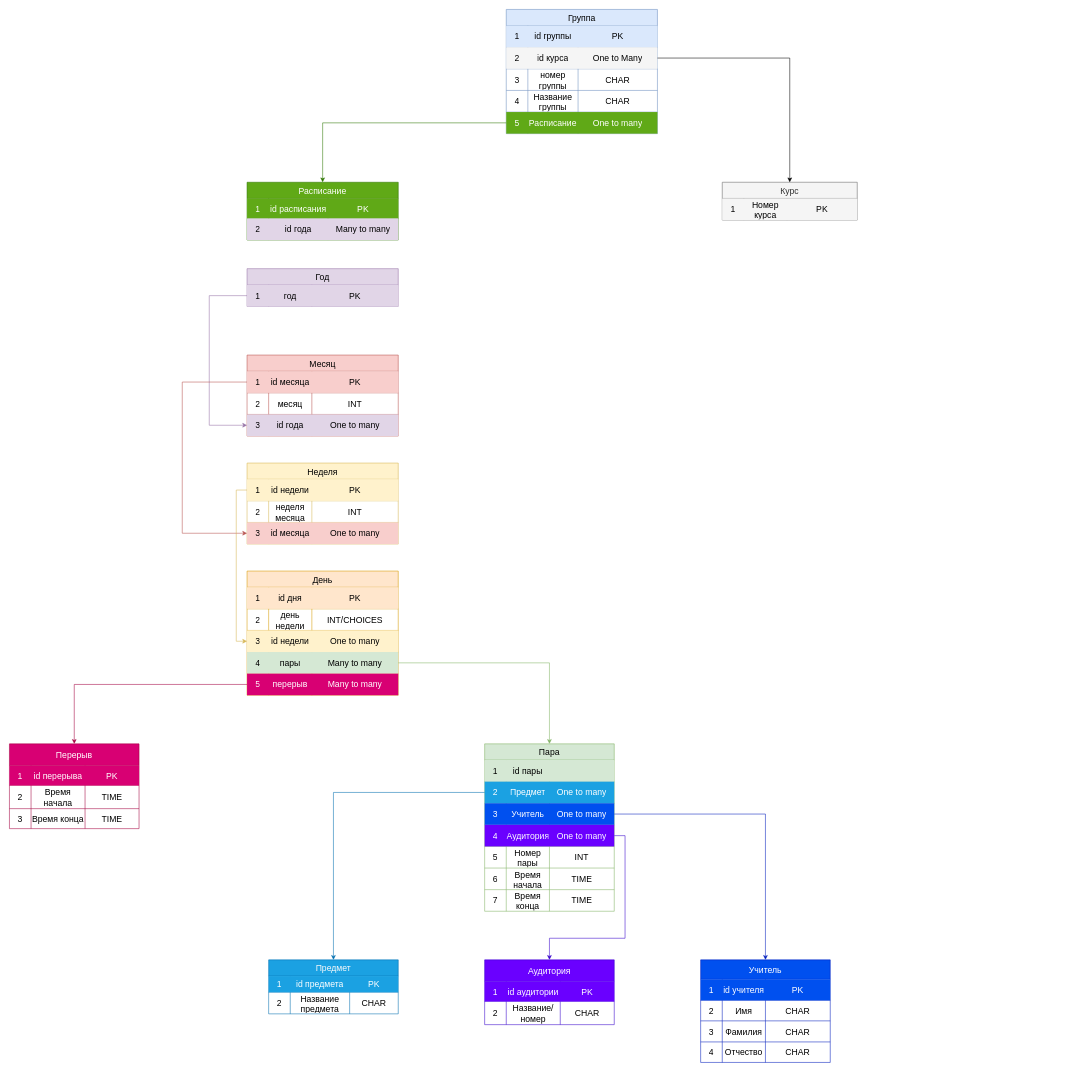
Above: Диаграмма без названия.drawio in kotorun1/metric (draw.io), before the change. Source tidied: cells renumbered, new cells numbered last; positions are measured from the earlier drawing's top-left corner, leaving out a move shared by most shapes. Both pictures are drawn from the tidied source at 54%, with x=0, y=0 at pixel (9, 9).
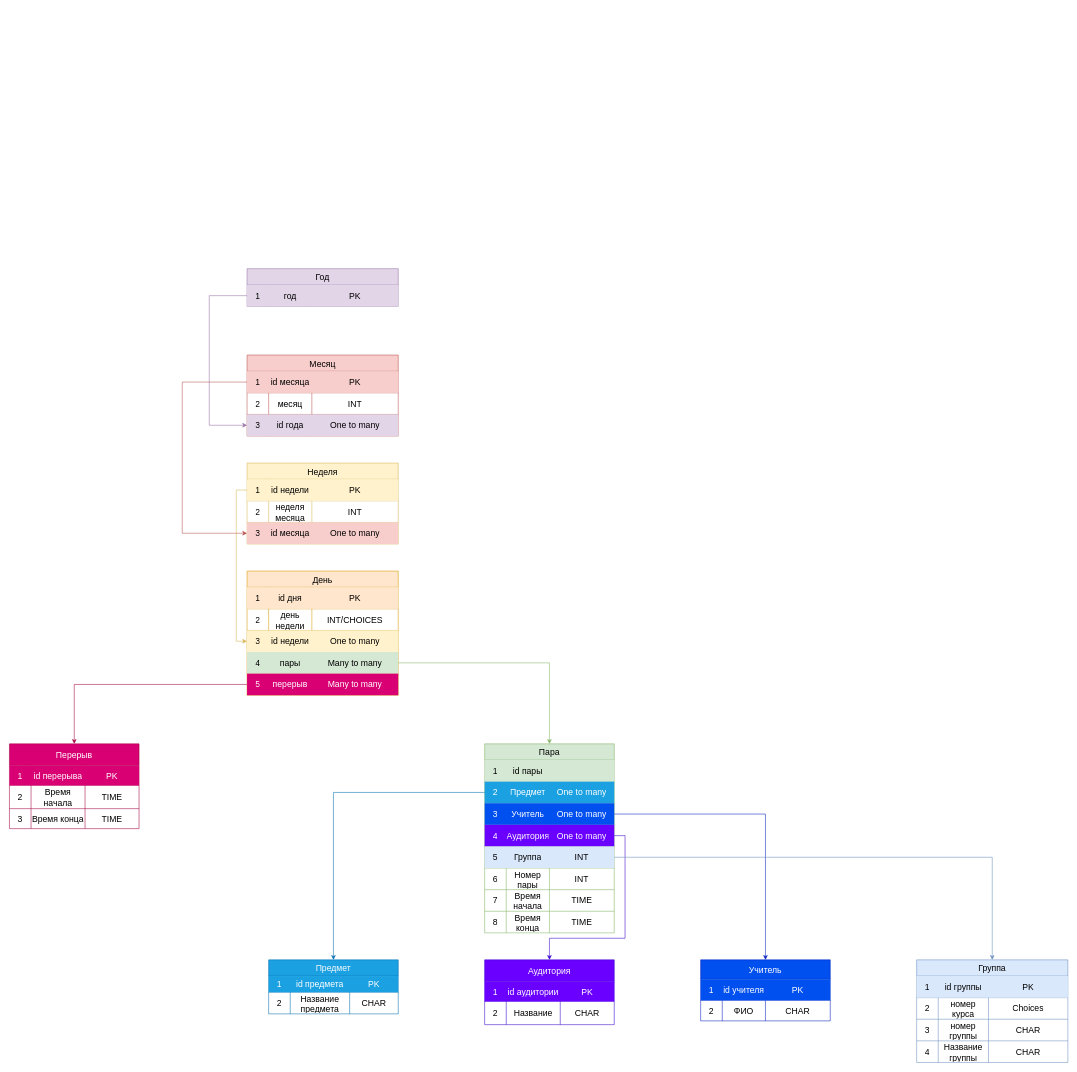
The same page after the edit.

Unchanged cells that the change refers to:
```xml
<mxCell id="107" style="shape=tableRow;horizontal=0;startSize=0;swimlaneHead=0;swimlaneBody=0;strokeColor=inherit;top=0;left=0;bottom=0;right=0;fillColor=none;fontSize=16;" parent="102" vertex="1">
  <mxGeometry y="75" width="240" height="38" as="geometry" />
</mxCell>
<mxCell id="124" style="shape=tableRow;horizontal=0;startSize=0;swimlaneHead=0;swimlaneBody=0;strokeColor=inherit;top=0;left=0;bottom=0;right=0;fillColor=none;fontSize=16;" parent="119" vertex="1">
  <mxGeometry y="77" width="240" height="43" as="geometry" />
</mxCell>
```

Change to the diagram source:
```diff
@@
-    <mxCell id="58" value="Курс" style="shape=table;startSize=30;childLayout=tableLayout;strokeColor=#666666;fontSize=16;fillColor=#f5f5f5;fontColor=#333333;" parent="1" vertex="1">
-      <mxGeometry x="1320" y="320" width="250" height="70" as="geometry" />
-    </mxCell>
-    <mxCell id="59" style="shape=tableRow;horizontal=0;startSize=0;swimlaneHead=0;swimlaneBody=0;strokeColor=#666666;top=0;left=0;bottom=0;right=0;fillColor=#f5f5f5;fontSize=16;fontColor=#333333;" parent="58" vertex="1">
-      <mxGeometry y="30" width="250" height="40" as="geometry" />
-    </mxCell>
-    <mxCell id="60" value="1" style="shape=partialRectangle;html=1;whiteSpace=wrap;strokeColor=inherit;overflow=hidden;fillColor=none;top=0;left=0;bottom=0;right=0;fontSize=16;" parent="59" vertex="1">
-      <mxGeometry width="40" height="40" as="geometry" />
-    </mxCell>
-    <mxCell id="61" value="Номер курса" style="shape=partialRectangle;html=1;whiteSpace=wrap;strokeColor=inherit;overflow=hidden;fillColor=none;top=0;left=0;bottom=0;right=0;fontSize=16;" parent="59" vertex="1">
-      <mxGeometry x="40" width="80" height="40" as="geometry" />
-    </mxCell>
-    <mxCell id="62" value="PK" style="shape=partialRectangle;html=1;whiteSpace=wrap;strokeColor=inherit;overflow=hidden;fillColor=none;top=0;left=0;bottom=0;right=0;fontSize=16;" parent="59" vertex="1">
-      <mxGeometry x="120" width="130" height="40" as="geometry" />
-    </mxCell>
     <mxCell id="63" value="Группа" style="shape=table;startSize=30;childLayout=tableLayout;strokeColor=#6c8ebf;fontSize=16;fillColor=#dae8fc;" parent="1" vertex="1">
-      <mxGeometry x="920" width="280" height="230" as="geometry" />
+      <mxGeometry x="1680" y="1760" width="280" height="190" as="geometry" />
     </mxCell>
@@
-    <mxCell id="68" style="shape=tableRow;horizontal=0;startSize=0;swimlaneHead=0;swimlaneBody=0;strokeColor=#666666;top=0;left=0;bottom=0;right=0;fillColor=#f5f5f5;points=[[0,0.5],[1,0.5]];portConstraint=eastwest;fontSize=16;fontColor=#333333;" parent="63" vertex="1">
+    <mxCell id="68" style="shape=tableRow;horizontal=0;startSize=0;swimlaneHead=0;swimlaneBody=0;top=0;left=0;bottom=0;right=0;points=[[0,0.5],[1,0.5]];portConstraint=eastwest;fontSize=16;fillColor=none;" parent="63" vertex="1">
       <mxGeometry y="70" width="280" height="40" as="geometry" />
     </mxCell>
@@
-    <mxCell id="70" value="id курса" style="shape=partialRectangle;html=1;whiteSpace=wrap;strokeColor=inherit;overflow=hidden;fillColor=none;top=0;left=0;bottom=0;right=0;fontSize=16;" parent="68" vertex="1">
+    <mxCell id="70" value="номер курса" style="shape=partialRectangle;html=1;whiteSpace=wrap;strokeColor=inherit;overflow=hidden;fillColor=none;top=0;left=0;bottom=0;right=0;fontSize=16;" parent="68" vertex="1">
       <mxGeometry x="40" width="93" height="40" as="geometry" />
     </mxCell>
-    <mxCell id="71" value="One to Many" style="shape=partialRectangle;html=1;whiteSpace=wrap;strokeColor=inherit;overflow=hidden;fillColor=none;top=0;left=0;bottom=0;right=0;fontSize=16;" parent="68" vertex="1">
+    <mxCell id="71" value="Choices" style="shape=partialRectangle;html=1;whiteSpace=wrap;strokeColor=inherit;overflow=hidden;fillColor=none;top=0;left=0;bottom=0;right=0;fontSize=16;" parent="68" vertex="1">
       <mxGeometry x="133" width="147" height="40" as="geometry" />
     </mxCell>
@@
-    <mxCell id="80" style="shape=tableRow;horizontal=0;startSize=0;swimlaneHead=0;swimlaneBody=0;strokeColor=#2D7600;top=0;left=0;bottom=0;right=0;fillColor=#60a917;points=[[0,0.5],[1,0.5]];portConstraint=eastwest;fontSize=16;fontColor=#ffffff;" parent="63" vertex="1">
-      <mxGeometry y="190" width="280" height="40" as="geometry" />
-    </mxCell>
-    <mxCell id="81" value="5" style="shape=partialRectangle;html=1;whiteSpace=wrap;strokeColor=inherit;overflow=hidden;fillColor=none;top=0;left=0;bottom=0;right=0;fontSize=16;fontColor=#FFFFFF;" parent="80" vertex="1">
-      <mxGeometry width="40" height="40" as="geometry" />
-    </mxCell>
-    <mxCell id="82" value="Расписание" style="shape=partialRectangle;html=1;whiteSpace=wrap;strokeColor=inherit;overflow=hidden;fillColor=none;top=0;left=0;bottom=0;right=0;fontSize=16;fontColor=#ffffff;" parent="80" vertex="1">
-      <mxGeometry x="40" width="93" height="40" as="geometry" />
-    </mxCell>
-    <mxCell id="83" value="One to many" style="shape=partialRectangle;html=1;whiteSpace=wrap;strokeColor=inherit;overflow=hidden;fillColor=none;top=0;left=0;bottom=0;right=0;fontSize=16;fontColor=#ffffff;labelBackgroundColor=none;" parent="80" vertex="1">
-      <mxGeometry x="133" width="147" height="40" as="geometry" />
-    </mxCell>
-    <mxCell id="84" value="Расписание" style="shape=table;startSize=30;childLayout=tableLayout;strokeColor=#2D7600;fontSize=16;fillColor=#60a917;fontColor=#ffffff;" parent="1" vertex="1">
-      <mxGeometry x="440" y="320" width="280" height="107" as="geometry" />
-    </mxCell>
-    <mxCell id="85" style="shape=tableRow;horizontal=0;startSize=0;swimlaneHead=0;swimlaneBody=0;strokeColor=#2D7600;top=0;left=0;bottom=0;right=0;fillColor=#60a917;fontSize=16;fontColor=#FFFFFF;" parent="84" vertex="1">
-      <mxGeometry y="30" width="280" height="37" as="geometry" />
-    </mxCell>
-    <mxCell id="86" value="1" style="shape=partialRectangle;html=1;whiteSpace=wrap;strokeColor=inherit;overflow=hidden;fillColor=none;top=0;left=0;bottom=0;right=0;fontSize=16;fontColor=#FFFFFF;" parent="85" vertex="1">
-      <mxGeometry width="40" height="37" as="geometry" />
-    </mxCell>
-    <mxCell id="87" value="id расписания" style="shape=partialRectangle;html=1;whiteSpace=wrap;strokeColor=inherit;overflow=hidden;fillColor=none;top=0;left=0;bottom=0;right=0;fontSize=16;fontColor=#FFFFFF;" parent="85" vertex="1">
-      <mxGeometry x="40" width="110" height="37" as="geometry" />
-    </mxCell>
-    <mxCell id="88" value="PK" style="shape=partialRectangle;html=1;whiteSpace=wrap;strokeColor=inherit;overflow=hidden;fillColor=none;top=0;left=0;bottom=0;right=0;fontSize=16;fontColor=#FFFFFF;" parent="85" vertex="1">
-      <mxGeometry x="150" width="130" height="37" as="geometry" />
-    </mxCell>
-    <mxCell id="89" style="shape=tableRow;horizontal=0;startSize=0;swimlaneHead=0;swimlaneBody=0;strokeColor=#9673a6;top=0;left=0;bottom=0;right=0;fillColor=#e1d5e7;fontSize=16;" parent="84" vertex="1">
-      <mxGeometry y="67" width="280" height="40" as="geometry" />
-    </mxCell>
-    <mxCell id="90" value="2" style="shape=partialRectangle;html=1;whiteSpace=wrap;strokeColor=inherit;overflow=hidden;fillColor=none;top=0;left=0;bottom=0;right=0;fontSize=16;" parent="89" vertex="1">
-      <mxGeometry width="40" height="40" as="geometry" />
-    </mxCell>
-    <mxCell id="91" value="id года" style="shape=partialRectangle;html=1;whiteSpace=wrap;strokeColor=inherit;overflow=hidden;fillColor=none;top=0;left=0;bottom=0;right=0;fontSize=16;" parent="89" vertex="1">
-      <mxGeometry x="40" width="110" height="40" as="geometry" />
-    </mxCell>
-    <mxCell id="92" value="Many to many" style="shape=partialRectangle;html=1;whiteSpace=wrap;strokeColor=inherit;overflow=hidden;fillColor=none;top=0;left=0;bottom=0;right=0;fontSize=16;" parent="89" vertex="1">
-      <mxGeometry x="150" width="130" height="40" as="geometry" />
-    </mxCell>
@@
     <mxCell id="102" value="Учитель" style="shape=table;startSize=36;childLayout=tableLayout;strokeColor=#001DBC;fontSize=16;fillColor=#0050ef;fontColor=#ffffff;labelBackgroundColor=none;" parent="1" vertex="1">
-      <mxGeometry x="1280" y="1760" width="240" height="190" as="geometry" />
+      <mxGeometry x="1280" y="1760" width="240" height="113" as="geometry" />
     </mxCell>
@@
-    <mxCell id="109" value="Имя" style="shape=partialRectangle;html=1;whiteSpace=wrap;strokeColor=inherit;overflow=hidden;fillColor=none;top=0;left=0;bottom=0;right=0;fontSize=16;" parent="107" vertex="1">
+    <mxCell id="109" value="ФИО" style="shape=partialRectangle;html=1;whiteSpace=wrap;strokeColor=inherit;overflow=hidden;fillColor=none;top=0;left=0;bottom=0;right=0;fontSize=16;" parent="107" vertex="1">
       <mxGeometry x="40" width="80" height="38" as="geometry" />
     </mxCell>
@@
-    <mxCell id="111" style="shape=tableRow;horizontal=0;startSize=0;swimlaneHead=0;swimlaneBody=0;strokeColor=inherit;top=0;left=0;bottom=0;right=0;fillColor=none;fontSize=16;" parent="102" vertex="1">
-      <mxGeometry y="113" width="240" height="39" as="geometry" />
-    </mxCell>
-    <mxCell id="112" value="3" style="shape=partialRectangle;html=1;whiteSpace=wrap;strokeColor=inherit;overflow=hidden;fillColor=none;top=0;left=0;bottom=0;right=0;fontSize=16;" parent="111" vertex="1">
-      <mxGeometry width="40" height="39" as="geometry" />
-    </mxCell>
-    <mxCell id="113" value="Фамилия" style="shape=partialRectangle;html=1;whiteSpace=wrap;strokeColor=inherit;overflow=hidden;fillColor=none;top=0;left=0;bottom=0;right=0;fontSize=16;" parent="111" vertex="1">
-      <mxGeometry x="40" width="80" height="39" as="geometry" />
-    </mxCell>
-    <mxCell id="114" value="CHAR" style="shape=partialRectangle;html=1;whiteSpace=wrap;strokeColor=inherit;overflow=hidden;fillColor=none;top=0;left=0;bottom=0;right=0;fontSize=16;" parent="111" vertex="1">
-      <mxGeometry x="120" width="120" height="39" as="geometry" />
-    </mxCell>
-    <mxCell id="115" style="shape=tableRow;horizontal=0;startSize=0;swimlaneHead=0;swimlaneBody=0;strokeColor=inherit;top=0;left=0;bottom=0;right=0;fillColor=none;fontSize=16;" parent="102" vertex="1">
-      <mxGeometry y="152" width="240" height="38" as="geometry" />
-    </mxCell>
-    <mxCell id="116" value="4" style="shape=partialRectangle;html=1;whiteSpace=wrap;strokeColor=inherit;overflow=hidden;fillColor=none;top=0;left=0;bottom=0;right=0;fontSize=16;" parent="115" vertex="1">
-      <mxGeometry width="40" height="38" as="geometry" />
-    </mxCell>
-    <mxCell id="117" value="Отчество" style="shape=partialRectangle;html=1;whiteSpace=wrap;strokeColor=inherit;overflow=hidden;fillColor=none;top=0;left=0;bottom=0;right=0;fontSize=16;" parent="115" vertex="1">
-      <mxGeometry x="40" width="80" height="38" as="geometry" />
-    </mxCell>
-    <mxCell id="118" value="CHAR" style="shape=partialRectangle;html=1;whiteSpace=wrap;strokeColor=inherit;overflow=hidden;fillColor=none;top=0;left=0;bottom=0;right=0;fontSize=16;" parent="115" vertex="1">
-      <mxGeometry x="120" width="120" height="38" as="geometry" />
-    </mxCell>
@@
-    <mxCell id="126" value="Название/ номер" style="shape=partialRectangle;html=1;whiteSpace=wrap;strokeColor=inherit;overflow=hidden;fillColor=none;top=0;left=0;bottom=0;right=0;fontSize=16;" parent="124" vertex="1">
+    <mxCell id="126" value="Название" style="shape=partialRectangle;html=1;whiteSpace=wrap;strokeColor=inherit;overflow=hidden;fillColor=none;top=0;left=0;bottom=0;right=0;fontSize=16;" parent="124" vertex="1">
       <mxGeometry x="40" width="100" height="43" as="geometry" />
     </mxCell>
@@
     <mxCell id="128" value="Пара" style="shape=table;startSize=30;childLayout=tableLayout;strokeColor=#82b366;fontSize=16;fillColor=#d5e8d4;" parent="1" vertex="1">
-      <mxGeometry x="880" y="1360" width="240" height="310" as="geometry" />
+      <mxGeometry x="880" y="1360" width="240" height="350" as="geometry" />
     </mxCell>
@@
-    <mxCell id="145" style="shape=tableRow;horizontal=0;startSize=0;swimlaneHead=0;swimlaneBody=0;strokeColor=inherit;top=0;left=0;bottom=0;right=0;fillColor=none;points=[[0,0.5],[1,0.5]];portConstraint=eastwest;fontSize=16;" parent="128" vertex="1">
+    <mxCell id="145" style="shape=tableRow;horizontal=0;startSize=0;swimlaneHead=0;swimlaneBody=0;strokeColor=#6c8ebf;top=0;left=0;bottom=0;right=0;fillColor=#dae8fc;points=[[0,0.5],[1,0.5]];portConstraint=eastwest;fontSize=16;" parent="128" vertex="1">
       <mxGeometry y="190" width="240" height="40" as="geometry" />
     </mxCell>
@@
-    <mxCell id="147" value="Номер пары" style="shape=partialRectangle;html=1;whiteSpace=wrap;strokeColor=inherit;overflow=hidden;fillColor=none;top=0;left=0;bottom=0;right=0;fontSize=16;" parent="145" vertex="1">
+    <mxCell id="147" value="Группа" style="shape=partialRectangle;html=1;whiteSpace=wrap;strokeColor=inherit;overflow=hidden;fillColor=none;top=0;left=0;bottom=0;right=0;fontSize=16;" parent="145" vertex="1">
       <mxGeometry x="40" width="80" height="40" as="geometry" />
     </mxCell>
@@
+    <mxCell id="177" style="shape=tableRow;horizontal=0;startSize=0;swimlaneHead=0;swimlaneBody=0;strokeColor=inherit;top=0;left=0;bottom=0;right=0;fillColor=none;fontSize=16;" parent="128" vertex="1">
+      <mxGeometry y="230" width="240" height="40" as="geometry" />
+    </mxCell>
+    <mxCell id="178" value="6" style="shape=partialRectangle;html=1;whiteSpace=wrap;strokeColor=inherit;overflow=hidden;fillColor=none;top=0;left=0;bottom=0;right=0;fontSize=16;" parent="177" vertex="1">
+      <mxGeometry width="40" height="40" as="geometry" />
+    </mxCell>
+    <mxCell id="179" value="Номер пары" style="shape=partialRectangle;html=1;whiteSpace=wrap;strokeColor=inherit;overflow=hidden;fillColor=none;top=0;left=0;bottom=0;right=0;fontSize=16;" parent="177" vertex="1">
+      <mxGeometry x="40" width="80" height="40" as="geometry" />
+    </mxCell>
+    <mxCell id="180" value="INT" style="shape=partialRectangle;html=1;whiteSpace=wrap;strokeColor=inherit;overflow=hidden;fillColor=none;top=0;left=0;bottom=0;right=0;fontSize=16;" parent="177" vertex="1">
+      <mxGeometry x="120" width="120" height="40" as="geometry" />
+    </mxCell>
     <mxCell id="149" style="shape=tableRow;horizontal=0;startSize=0;swimlaneHead=0;swimlaneBody=0;strokeColor=inherit;top=0;left=0;bottom=0;right=0;fillColor=none;fontSize=16;" parent="128" vertex="1">
-      <mxGeometry y="230" width="240" height="40" as="geometry" />
+      <mxGeometry y="270" width="240" height="40" as="geometry" />
     </mxCell>
-    <mxCell id="150" value="6" style="shape=partialRectangle;html=1;whiteSpace=wrap;strokeColor=inherit;overflow=hidden;fillColor=none;top=0;left=0;bottom=0;right=0;fontSize=16;" parent="149" vertex="1">
+    <mxCell id="150" value="7" style="shape=partialRectangle;html=1;whiteSpace=wrap;strokeColor=inherit;overflow=hidden;fillColor=none;top=0;left=0;bottom=0;right=0;fontSize=16;" parent="149" vertex="1">
       <mxGeometry width="40" height="40" as="geometry" />
     </mxCell>
@@
     <mxCell id="153" style="shape=tableRow;horizontal=0;startSize=0;swimlaneHead=0;swimlaneBody=0;strokeColor=inherit;top=0;left=0;bottom=0;right=0;fillColor=none;fontSize=16;" parent="128" vertex="1">
-      <mxGeometry y="270" width="240" height="40" as="geometry" />
+      <mxGeometry y="310" width="240" height="40" as="geometry" />
     </mxCell>
-    <mxCell id="154" value="7" style="shape=partialRectangle;html=1;whiteSpace=wrap;strokeColor=inherit;overflow=hidden;fillColor=none;top=0;left=0;bottom=0;right=0;fontSize=16;" parent="153" vertex="1">
+    <mxCell id="154" value="8" style="shape=partialRectangle;html=1;whiteSpace=wrap;strokeColor=inherit;overflow=hidden;fillColor=none;top=0;left=0;bottom=0;right=0;fontSize=16;" parent="153" vertex="1">
       <mxGeometry width="40" height="40" as="geometry" />
     </mxCell>
@@
-    <mxCell id="175" style="edgeStyle=orthogonalEdgeStyle;rounded=0;jettySize=auto;html=1;exitX=0;exitY=0.5;exitDx=0;exitDy=0;entryX=0.5;entryY=0;entryDx=0;entryDy=0;fillColor=#60a917;strokeColor=#2D7600;" parent="1" edge="1" source="80" target="84">
-      <mxGeometry relative="1" as="geometry" />
-    </mxCell>
-    <mxCell id="176" style="edgeStyle=orthogonalEdgeStyle;rounded=0;jettySize=auto;html=1;exitX=1;exitY=0.5;exitDx=0;exitDy=0;entryX=0.5;entryY=0;entryDx=0;entryDy=0;" parent="1" edge="1" source="68" target="58">
-      <mxGeometry relative="1" as="geometry" />
-    </mxCell>
+    <mxCell id="181" style="edgeStyle=orthogonalEdgeStyle;rounded=0;jettySize=auto;html=1;exitX=1;exitY=0.5;exitDx=0;exitDy=0;entryX=0.5;entryY=0;entryDx=0;entryDy=0;fillColor=#dae8fc;strokeColor=#6c8ebf;" parent="1" edge="1" source="145" target="63">
+      <mxGeometry relative="1" as="geometry" />
+    </mxCell>
```
